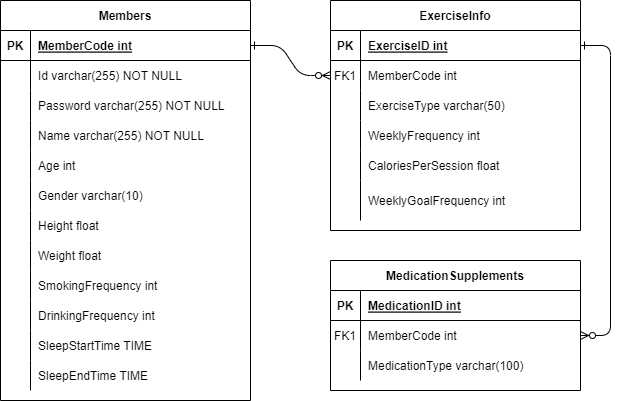
The draw.io diagram Back-end/DataBase/E-R Diagram/E-R Diagram.png in asd0236/Healthcare-Project-with-AWS, before a commit. Source tidied: cells renumbered, new cells last; positions are measured from the earlier drawing's top-left corner, leaving out a move shared by most shapes.
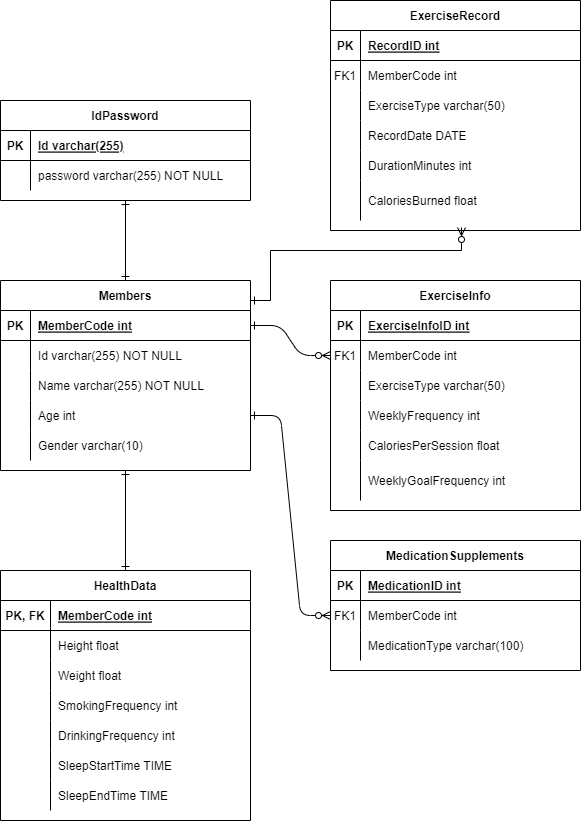
After the change.

Commit message:
Docs: ERD 정규화

The edit, as a diff of the source:
```diff
@@ -5,7 +5,7 @@
     <mxCell id="2" style="edgeStyle=entityRelationEdgeStyle;endArrow=ERzeroToMany;startArrow=ERone;endFill=1;startFill=0;" parent="1" edge="1" source="34" target="8">
       <mxGeometry relative="1" as="geometry" />
     </mxCell>
-    <mxCell id="3" style="edgeStyle=entityRelationEdgeStyle;endArrow=ERzeroToMany;startArrow=ERone;endFill=1;startFill=0;" parent="1" edge="1" source="5" target="27">
+    <mxCell id="3" style="edgeStyle=entityRelationEdgeStyle;endArrow=ERzeroToMany;startArrow=ERone;endFill=1;startFill=0;" parent="1" edge="1" source="73" target="27">
       <mxGeometry relative="1" as="geometry" />
     </mxCell>
     <mxCell id="4" value="ExerciseInfo" style="shape=table;startSize=30;rowLines=0;fontStyle=1;align=center;" parent="1" vertex="1">
@@ -17,7 +17,7 @@
     <mxCell id="6" value="PK" style="shape=partialRectangle;overflow=hidden;fillColor=none;top=0;left=0;bottom=0;right=0;fontStyle=1;" parent="5" vertex="1">
       <mxGeometry width="30" height="30" as="geometry" />
     </mxCell>
-    <mxCell id="7" value="ExerciseID int" style="shape=partialRectangle;overflow=hidden;fillColor=none;top=0;left=0;bottom=0;right=0;align=left;spacingLeft=6;fontStyle=5;" parent="5" vertex="1">
+    <mxCell id="7" value="ExerciseInfoID int" style="shape=partialRectangle;overflow=hidden;fillColor=none;top=0;left=0;bottom=0;right=0;align=left;spacingLeft=6;fontStyle=5;" parent="5" vertex="1">
       <mxGeometry x="30" width="220" height="30" as="geometry" />
     </mxCell>
     <mxCell id="8" style="shape=partialRectangle;fillColor=none;points=[[0,0.5],[1,0.5]];portConstraint=eastwest;top=0;left=0;right=0;bottom=0;" parent="4" vertex="1">
@@ -95,8 +95,23 @@
     <mxCell id="32" value="MedicationType varchar(100)" style="shape=partialRectangle;overflow=hidden;fillColor=none;top=0;left=0;bottom=0;right=0;align=left;spacingLeft=6;" parent="30" vertex="1">
       <mxGeometry x="30" width="220" height="30" as="geometry" />
     </mxCell>
+    <mxCell id="70" style="edgeStyle=orthogonalEdgeStyle;rounded=0;jettySize=auto;html=1;entryX=0.5;entryY=0;entryDx=0;entryDy=0;endArrow=ERone;endFill=0;startArrow=ERone;startFill=0;" parent="1" edge="1" source="33" target="76">
+      <mxGeometry relative="1" as="geometry" />
+    </mxCell>
+    <mxCell id="71" style="edgeStyle=orthogonalEdgeStyle;rounded=0;jettySize=auto;html=1;entryX=0.5;entryY=1;entryDx=0;entryDy=0;endArrow=ERone;endFill=0;startArrow=ERone;startFill=0;" parent="1" edge="1" source="33" target="90">
+      <mxGeometry relative="1" as="geometry" />
+    </mxCell>
+    <mxCell id="72" style="edgeStyle=orthogonalEdgeStyle;rounded=0;jettySize=auto;html=1;entryX=0.524;entryY=1.175;entryDx=0;entryDy=0;entryPerimeter=0;endArrow=ERzeroToMany;endFill=0;startArrow=ERone;startFill=0;" parent="1" edge="1" source="33" target="113">
+      <mxGeometry relative="1" as="geometry">
+        <Array as="points">
+          <mxPoint x="270" y="20" />
+          <mxPoint x="270" y="-30" />
+          <mxPoint x="461" y="-30" />
+        </Array>
+      </mxGeometry>
+    </mxCell>
     <mxCell id="33" value="Members" style="shape=table;startSize=30;rowLines=0;fontStyle=1;align=center;" parent="1" vertex="1">
-      <mxGeometry width="250" height="400" as="geometry" />
+      <mxGeometry width="250" height="190" as="geometry" />
     </mxCell>
     <mxCell id="34" style="shape=partialRectangle;fillColor=none;points=[[0,0.5],[1,0.5]];portConstraint=eastwest;top=0;left=0;right=0;bottom=1;" parent="33" vertex="1">
       <mxGeometry y="30" width="250" height="30" as="geometry" />
@@ -116,17 +131,8 @@
     <mxCell id="39" value="Id varchar(255) NOT NULL" style="shape=partialRectangle;overflow=hidden;fillColor=none;top=0;left=0;bottom=0;right=0;align=left;spacingLeft=6;" parent="37" vertex="1">
       <mxGeometry x="30" width="220" height="30" as="geometry" />
     </mxCell>
-    <mxCell id="40" style="shape=partialRectangle;fillColor=none;top=0;left=0;right=0;bottom=0;" parent="33" vertex="1">
-      <mxGeometry y="90" width="250" height="30" as="geometry" />
-    </mxCell>
-    <mxCell id="41" style="shape=partialRectangle;overflow=hidden;fillColor=none;top=0;left=0;bottom=0;right=0;" parent="40" vertex="1">
-      <mxGeometry width="30" height="30" as="geometry" />
-    </mxCell>
-    <mxCell id="42" value="Password varchar(255) NOT NULL" style="shape=partialRectangle;overflow=hidden;fillColor=none;top=0;left=0;bottom=0;right=0;align=left;spacingLeft=6;" parent="40" vertex="1">
-      <mxGeometry x="30" width="220" height="30" as="geometry" />
-    </mxCell>
     <mxCell id="43" style="shape=partialRectangle;fillColor=none;top=0;left=0;right=0;bottom=0;" parent="33" vertex="1">
-      <mxGeometry y="120" width="250" height="30" as="geometry" />
+      <mxGeometry y="90" width="250" height="30" as="geometry" />
     </mxCell>
     <mxCell id="44" style="shape=partialRectangle;overflow=hidden;fillColor=none;top=0;left=0;bottom=0;right=0;" parent="43" vertex="1">
       <mxGeometry width="30" height="30" as="geometry" />
@@ -134,77 +140,167 @@
     <mxCell id="45" value="Name varchar(255) NOT NULL" style="shape=partialRectangle;overflow=hidden;fillColor=none;top=0;left=0;bottom=0;right=0;align=left;spacingLeft=6;" parent="43" vertex="1">
       <mxGeometry x="30" width="220" height="30" as="geometry" />
     </mxCell>
+    <mxCell id="73" style="shape=partialRectangle;fillColor=none;points=[[0,0.5],[1,0.5]];portConstraint=eastwest;top=0;left=0;right=0;bottom=0;" parent="33" vertex="1">
+      <mxGeometry y="120" width="250" height="30" as="geometry" />
+    </mxCell>
+    <mxCell id="74" style="shape=partialRectangle;overflow=hidden;fillColor=none;top=0;left=0;bottom=0;right=0;" parent="73" vertex="1">
+      <mxGeometry width="30" height="30" as="geometry" />
+    </mxCell>
+    <mxCell id="75" value="Age int" style="shape=partialRectangle;overflow=hidden;fillColor=none;top=0;left=0;bottom=0;right=0;align=left;spacingLeft=6;" parent="73" vertex="1">
+      <mxGeometry x="30" width="220" height="30" as="geometry" />
+    </mxCell>
     <mxCell id="46" style="shape=partialRectangle;fillColor=none;top=0;left=0;right=0;bottom=0;" parent="33" vertex="1">
       <mxGeometry y="150" width="250" height="30" as="geometry" />
     </mxCell>
     <mxCell id="47" style="shape=partialRectangle;overflow=hidden;fillColor=none;top=0;left=0;bottom=0;right=0;" parent="46" vertex="1">
       <mxGeometry width="30" height="30" as="geometry" />
     </mxCell>
-    <mxCell id="48" value="Age int" style="shape=partialRectangle;overflow=hidden;fillColor=none;top=0;left=0;bottom=0;right=0;align=left;spacingLeft=6;" parent="46" vertex="1">
+    <mxCell id="48" value="Gender varchar(10)" style="shape=partialRectangle;overflow=hidden;fillColor=none;top=0;left=0;bottom=0;right=0;align=left;spacingLeft=6;" parent="46" vertex="1">
       <mxGeometry x="30" width="220" height="30" as="geometry" />
     </mxCell>
+    <mxCell id="76" value="HealthData" style="shape=table;startSize=30;rowLines=0;fontStyle=1;align=center;" parent="1" vertex="1">
+      <mxGeometry y="290" width="250" height="250" as="geometry" />
+    </mxCell>
+    <mxCell id="77" style="shape=partialRectangle;fillColor=none;top=0;left=0;right=0;bottom=1;" parent="76" vertex="1">
+      <mxGeometry y="30" width="250" height="30" as="geometry" />
+    </mxCell>
+    <mxCell id="78" value="PK, FK" style="shape=partialRectangle;overflow=hidden;fillColor=none;top=0;left=0;bottom=0;right=0;fontStyle=1;" parent="77" vertex="1">
+      <mxGeometry width="50" height="30" as="geometry" />
+    </mxCell>
+    <mxCell id="79" value="MemberCode int" style="shape=partialRectangle;overflow=hidden;fillColor=none;top=0;left=0;bottom=0;right=0;align=left;spacingLeft=6;fontStyle=5;" parent="77" vertex="1">
+      <mxGeometry x="50" width="200" height="30" as="geometry" />
+    </mxCell>
+    <mxCell id="80" style="shape=partialRectangle;fillColor=none;top=0;left=0;right=0;bottom=0;" parent="76" vertex="1">
+      <mxGeometry y="60" width="250" height="30" as="geometry" />
+    </mxCell>
+    <mxCell id="81" style="shape=partialRectangle;overflow=hidden;fillColor=none;top=0;left=0;bottom=0;right=0;" parent="80" vertex="1">
+      <mxGeometry width="50" height="30" as="geometry" />
+    </mxCell>
+    <mxCell id="54" value="Height float" style="shape=partialRectangle;overflow=hidden;fillColor=none;top=0;left=0;bottom=0;right=0;align=left;spacingLeft=6;" parent="80" vertex="1">
+      <mxGeometry x="50" width="200" height="30" as="geometry" />
+    </mxCell>
+    <mxCell id="82" style="shape=partialRectangle;fillColor=none;top=0;left=0;right=0;bottom=0;" parent="76" vertex="1">
+      <mxGeometry y="90" width="250" height="30" as="geometry" />
+    </mxCell>
+    <mxCell id="83" style="shape=partialRectangle;overflow=hidden;fillColor=none;top=0;left=0;bottom=0;right=0;" parent="82" vertex="1">
+      <mxGeometry width="50" height="30" as="geometry" />
+    </mxCell>
+    <mxCell id="57" value="Weight float" style="shape=partialRectangle;overflow=hidden;fillColor=none;top=0;left=0;bottom=0;right=0;align=left;spacingLeft=6;" parent="82" vertex="1">
+      <mxGeometry x="50" width="200" height="30" as="geometry" />
+    </mxCell>
+    <mxCell id="84" style="shape=partialRectangle;fillColor=none;top=0;left=0;right=0;bottom=0;" parent="76" vertex="1">
+      <mxGeometry y="120" width="250" height="30" as="geometry" />
+    </mxCell>
+    <mxCell id="85" style="shape=partialRectangle;overflow=hidden;fillColor=none;top=0;left=0;bottom=0;right=0;" parent="84" vertex="1">
+      <mxGeometry width="50" height="30" as="geometry" />
+    </mxCell>
+    <mxCell id="60" value="SmokingFrequency int" style="shape=partialRectangle;overflow=hidden;fillColor=none;top=0;left=0;bottom=0;right=0;align=left;spacingLeft=6;" parent="84" vertex="1">
+      <mxGeometry x="50" width="200" height="30" as="geometry" />
+    </mxCell>
+    <mxCell id="86" style="shape=partialRectangle;fillColor=none;top=0;left=0;right=0;bottom=0;" parent="76" vertex="1">
+      <mxGeometry y="150" width="250" height="30" as="geometry" />
+    </mxCell>
+    <mxCell id="87" style="shape=partialRectangle;overflow=hidden;fillColor=none;top=0;left=0;bottom=0;right=0;" parent="86" vertex="1">
+      <mxGeometry width="50" height="30" as="geometry" />
+    </mxCell>
+    <mxCell id="63" value="DrinkingFrequency int" style="shape=partialRectangle;overflow=hidden;fillColor=none;top=0;left=0;bottom=0;right=0;align=left;spacingLeft=6;" parent="86" vertex="1">
+      <mxGeometry x="50" width="200" height="30" as="geometry" />
+    </mxCell>
-    <mxCell id="49" style="shape=partialRectangle;fillColor=none;top=0;left=0;right=0;bottom=0;" parent="33" vertex="1">
+    <mxCell id="49" style="shape=partialRectangle;fillColor=none;top=0;left=0;right=0;bottom=0;" parent="76" vertex="1">
       <mxGeometry y="180" width="250" height="30" as="geometry" />
     </mxCell>
-    <mxCell id="50" style="shape=partialRectangle;overflow=hidden;fillColor=none;top=0;left=0;bottom=0;right=0;" parent="49" vertex="1">
-      <mxGeometry width="30" height="30" as="geometry" />
-    </mxCell>
-    <mxCell id="51" value="Gender varchar(10)" style="shape=partialRectangle;overflow=hidden;fillColor=none;top=0;left=0;bottom=0;right=0;align=left;spacingLeft=6;" parent="49" vertex="1">
-      <mxGeometry x="30" width="220" height="30" as="geometry" />
-    </mxCell>
+    <mxCell id="88" style="shape=partialRectangle;overflow=hidden;fillColor=none;top=0;left=0;bottom=0;right=0;" parent="49" vertex="1">
+      <mxGeometry width="50" height="30" as="geometry" />
+    </mxCell>
+    <mxCell id="66" value="SleepStartTime TIME" style="shape=partialRectangle;overflow=hidden;fillColor=none;top=0;left=0;bottom=0;right=0;align=left;spacingLeft=6;" parent="49" vertex="1">
+      <mxGeometry x="50" width="200" height="30" as="geometry" />
+    </mxCell>
-    <mxCell id="52" style="shape=partialRectangle;fillColor=none;top=0;left=0;right=0;bottom=0;" parent="33" vertex="1">
+    <mxCell id="52" style="shape=partialRectangle;fillColor=none;top=0;left=0;right=0;bottom=0;" parent="76" vertex="1">
       <mxGeometry y="210" width="250" height="30" as="geometry" />
     </mxCell>
-    <mxCell id="53" style="shape=partialRectangle;overflow=hidden;fillColor=none;top=0;left=0;bottom=0;right=0;" parent="52" vertex="1">
-      <mxGeometry width="30" height="30" as="geometry" />
-    </mxCell>
-    <mxCell id="54" value="Height float" style="shape=partialRectangle;overflow=hidden;fillColor=none;top=0;left=0;bottom=0;right=0;align=left;spacingLeft=6;" parent="52" vertex="1">
-      <mxGeometry x="30" width="220" height="30" as="geometry" />
-    </mxCell>
-    <mxCell id="55" style="shape=partialRectangle;fillColor=none;top=0;left=0;right=0;bottom=0;" parent="33" vertex="1">
-      <mxGeometry y="240" width="250" height="30" as="geometry" />
-    </mxCell>
-    <mxCell id="56" style="shape=partialRectangle;overflow=hidden;fillColor=none;top=0;left=0;bottom=0;right=0;" parent="55" vertex="1">
-      <mxGeometry width="30" height="30" as="geometry" />
-    </mxCell>
-    <mxCell id="57" value="Weight float" style="shape=partialRectangle;overflow=hidden;fillColor=none;top=0;left=0;bottom=0;right=0;align=left;spacingLeft=6;" parent="55" vertex="1">
-      <mxGeometry x="30" width="220" height="30" as="geometry" />
-    </mxCell>
-    <mxCell id="58" style="shape=partialRectangle;fillColor=none;top=0;left=0;right=0;bottom=0;" parent="33" vertex="1">
-      <mxGeometry y="270" width="250" height="30" as="geometry" />
-    </mxCell>
-    <mxCell id="59" style="shape=partialRectangle;overflow=hidden;fillColor=none;top=0;left=0;bottom=0;right=0;" parent="58" vertex="1">
-      <mxGeometry width="30" height="30" as="geometry" />
-    </mxCell>
-    <mxCell id="60" value="SmokingFrequency int" style="shape=partialRectangle;overflow=hidden;fillColor=none;top=0;left=0;bottom=0;right=0;align=left;spacingLeft=6;" parent="58" vertex="1">
-      <mxGeometry x="30" width="220" height="30" as="geometry" />
-    </mxCell>
-    <mxCell id="61" style="shape=partialRectangle;fillColor=none;top=0;left=0;right=0;bottom=0;" parent="33" vertex="1">
-      <mxGeometry y="300" width="250" height="30" as="geometry" />
-    </mxCell>
-    <mxCell id="62" style="shape=partialRectangle;overflow=hidden;fillColor=none;top=0;left=0;bottom=0;right=0;" parent="61" vertex="1">
-      <mxGeometry width="30" height="30" as="geometry" />
-    </mxCell>
-    <mxCell id="63" value="DrinkingFrequency int" style="shape=partialRectangle;overflow=hidden;fillColor=none;top=0;left=0;bottom=0;right=0;align=left;spacingLeft=6;" parent="61" vertex="1">
-      <mxGeometry x="30" width="220" height="30" as="geometry" />
-    </mxCell>
-    <mxCell id="64" style="shape=partialRectangle;fillColor=none;top=0;left=0;right=0;bottom=0;" parent="33" vertex="1">
-      <mxGeometry y="330" width="250" height="30" as="geometry" />
-    </mxCell>
-    <mxCell id="65" style="shape=partialRectangle;overflow=hidden;fillColor=none;top=0;left=0;bottom=0;right=0;" parent="64" vertex="1">
-      <mxGeometry width="30" height="30" as="geometry" />
-    </mxCell>
-    <mxCell id="66" value="SleepStartTime TIME" style="shape=partialRectangle;overflow=hidden;fillColor=none;top=0;left=0;bottom=0;right=0;align=left;spacingLeft=6;" parent="64" vertex="1">
-      <mxGeometry x="30" width="220" height="30" as="geometry" />
-    </mxCell>
-    <mxCell id="67" style="shape=partialRectangle;fillColor=none;top=0;left=0;right=0;bottom=0;" parent="33" vertex="1">
-      <mxGeometry y="360" width="250" height="30" as="geometry" />
-    </mxCell>
-    <mxCell id="68" style="shape=partialRectangle;overflow=hidden;fillColor=none;top=0;left=0;bottom=0;right=0;" parent="67" vertex="1">
-      <mxGeometry width="30" height="30" as="geometry" />
-    </mxCell>
+    <mxCell id="89" style="shape=partialRectangle;overflow=hidden;fillColor=none;top=0;left=0;bottom=0;right=0;" parent="52" vertex="1">
+      <mxGeometry width="50" height="30" as="geometry" />
+    </mxCell>
-    <mxCell id="69" value="SleepEndTime TIME" style="shape=partialRectangle;overflow=hidden;fillColor=none;top=0;left=0;bottom=0;right=0;align=left;spacingLeft=6;" parent="67" vertex="1">
-      <mxGeometry x="30" width="220" height="30" as="geometry" />
+    <mxCell id="69" value="SleepEndTime TIME" style="shape=partialRectangle;overflow=hidden;fillColor=none;top=0;left=0;bottom=0;right=0;align=left;spacingLeft=6;" parent="52" vertex="1">
+      <mxGeometry x="50" width="200" height="30" as="geometry" />
     </mxCell>
+    <mxCell id="90" value="IdPassword" style="shape=table;startSize=30;rowLines=0;fontStyle=1;align=center;" parent="1" vertex="1">
+      <mxGeometry y="-180" width="250" height="100" as="geometry" />
+    </mxCell>
+    <mxCell id="91" style="shape=partialRectangle;fillColor=none;top=0;left=0;right=0;bottom=1;" parent="90" vertex="1">
+      <mxGeometry y="30" width="250" height="30" as="geometry" />
+    </mxCell>
+    <mxCell id="92" value="PK" style="shape=partialRectangle;overflow=hidden;fillColor=none;top=0;left=0;bottom=0;right=0;fontStyle=1;" parent="91" vertex="1">
+      <mxGeometry width="30" height="30" as="geometry" />
+    </mxCell>
+    <mxCell id="93" value="Id varchar(255)" style="shape=partialRectangle;overflow=hidden;fillColor=none;top=0;left=0;bottom=0;right=0;align=left;spacingLeft=6;fontStyle=5;" parent="91" vertex="1">
+      <mxGeometry x="30" width="220" height="30" as="geometry" />
+    </mxCell>
+    <mxCell id="94" style="shape=partialRectangle;fillColor=none;top=0;left=0;right=0;bottom=0;" parent="90" vertex="1">
+      <mxGeometry y="60" width="250" height="30" as="geometry" />
+    </mxCell>
+    <mxCell id="95" style="shape=partialRectangle;overflow=hidden;fillColor=none;top=0;left=0;bottom=0;right=0;" parent="94" vertex="1">
+      <mxGeometry width="30" height="30" as="geometry" />
+    </mxCell>
+    <mxCell id="96" value="password varchar(255) NOT NULL" style="shape=partialRectangle;overflow=hidden;fillColor=none;top=0;left=0;bottom=0;right=0;align=left;spacingLeft=6;" parent="94" vertex="1">
+      <mxGeometry x="30" width="220" height="30" as="geometry" />
+    </mxCell>
+    <mxCell id="97" value="ExerciseRecord" style="shape=table;startSize=30;rowLines=0;fontStyle=1;align=center;" parent="1" vertex="1">
+      <mxGeometry x="330" y="-280" width="250" height="230" as="geometry" />
+    </mxCell>
+    <mxCell id="98" style="shape=partialRectangle;fillColor=none;top=0;left=0;right=0;bottom=1;" parent="97" vertex="1">
+      <mxGeometry y="30" width="250" height="30" as="geometry" />
+    </mxCell>
+    <mxCell id="99" value="PK" style="shape=partialRectangle;overflow=hidden;fillColor=none;top=0;left=0;bottom=0;right=0;fontStyle=1;" parent="98" vertex="1">
+      <mxGeometry width="30" height="30" as="geometry" />
+    </mxCell>
+    <mxCell id="100" value="RecordID int" style="shape=partialRectangle;overflow=hidden;fillColor=none;top=0;left=0;bottom=0;right=0;align=left;spacingLeft=6;fontStyle=5;" parent="98" vertex="1">
+      <mxGeometry x="30" width="220" height="30" as="geometry" />
+    </mxCell>
+    <mxCell id="101" style="shape=partialRectangle;fillColor=none;top=0;left=0;right=0;bottom=0;" parent="97" vertex="1">
+      <mxGeometry y="60" width="250" height="30" as="geometry" />
+    </mxCell>
+    <mxCell id="102" value="FK1" style="shape=partialRectangle;overflow=hidden;fillColor=none;top=0;left=0;bottom=0;right=0;" parent="101" vertex="1">
+      <mxGeometry width="30" height="30" as="geometry" />
+    </mxCell>
+    <mxCell id="103" value="MemberCode int" style="shape=partialRectangle;overflow=hidden;fillColor=none;top=0;left=0;bottom=0;right=0;align=left;spacingLeft=6;" parent="101" vertex="1">
+      <mxGeometry x="30" width="220" height="30" as="geometry" />
+    </mxCell>
+    <mxCell id="104" style="shape=partialRectangle;fillColor=none;top=0;left=0;right=0;bottom=0;" parent="97" vertex="1">
+      <mxGeometry y="90" width="250" height="30" as="geometry" />
+    </mxCell>
+    <mxCell id="105" style="shape=partialRectangle;overflow=hidden;fillColor=none;top=0;left=0;bottom=0;right=0;" parent="104" vertex="1">
+      <mxGeometry width="30" height="30" as="geometry" />
+    </mxCell>
+    <mxCell id="106" value="ExerciseType varchar(50)" style="shape=partialRectangle;overflow=hidden;fillColor=none;top=0;left=0;bottom=0;right=0;align=left;spacingLeft=6;" parent="104" vertex="1">
+      <mxGeometry x="30" width="220" height="30" as="geometry" />
+    </mxCell>
+    <mxCell id="107" style="shape=partialRectangle;fillColor=none;top=0;left=0;right=0;bottom=0;" parent="97" vertex="1">
+      <mxGeometry y="120" width="250" height="30" as="geometry" />
+    </mxCell>
+    <mxCell id="108" style="shape=partialRectangle;overflow=hidden;fillColor=none;top=0;left=0;bottom=0;right=0;" parent="107" vertex="1">
+      <mxGeometry width="30" height="30" as="geometry" />
+    </mxCell>
+    <mxCell id="109" value="RecordDate DATE" style="shape=partialRectangle;overflow=hidden;fillColor=none;top=0;left=0;bottom=0;right=0;align=left;spacingLeft=6;" parent="107" vertex="1">
+      <mxGeometry x="30" width="220" height="30" as="geometry" />
+    </mxCell>
+    <mxCell id="110" style="shape=partialRectangle;fillColor=none;top=0;left=0;right=0;bottom=0;" parent="97" vertex="1">
+      <mxGeometry y="150" width="250" height="30" as="geometry" />
+    </mxCell>
+    <mxCell id="111" style="shape=partialRectangle;overflow=hidden;fillColor=none;top=0;left=0;bottom=0;right=0;" parent="110" vertex="1">
+      <mxGeometry width="30" height="30" as="geometry" />
+    </mxCell>
+    <mxCell id="112" value="DurationMinutes int" style="shape=partialRectangle;overflow=hidden;fillColor=none;top=0;left=0;bottom=0;right=0;align=left;spacingLeft=6;" parent="110" vertex="1">
+      <mxGeometry x="30" width="220" height="30" as="geometry" />
+    </mxCell>
+    <mxCell id="113" style="shape=partialRectangle;fillColor=none;points=[[0,0.5],[1,0.5]];portConstraint=eastwest;top=0;left=0;right=0;bottom=0;" parent="97" vertex="1">
+      <mxGeometry y="180" width="250" height="40" as="geometry" />
+    </mxCell>
+    <mxCell id="114" style="shape=partialRectangle;overflow=hidden;fillColor=none;top=0;left=0;bottom=0;right=0;" parent="113" vertex="1">
+      <mxGeometry width="30" height="40" as="geometry" />
+    </mxCell>
+    <mxCell id="115" value="CaloriesBurned float" style="shape=partialRectangle;overflow=hidden;fillColor=none;top=0;left=0;bottom=0;right=0;align=left;spacingLeft=6;" parent="113" vertex="1">
+      <mxGeometry x="30" width="220" height="40" as="geometry" />
+    </mxCell>
   </root>
 </mxGraphModel>
```
